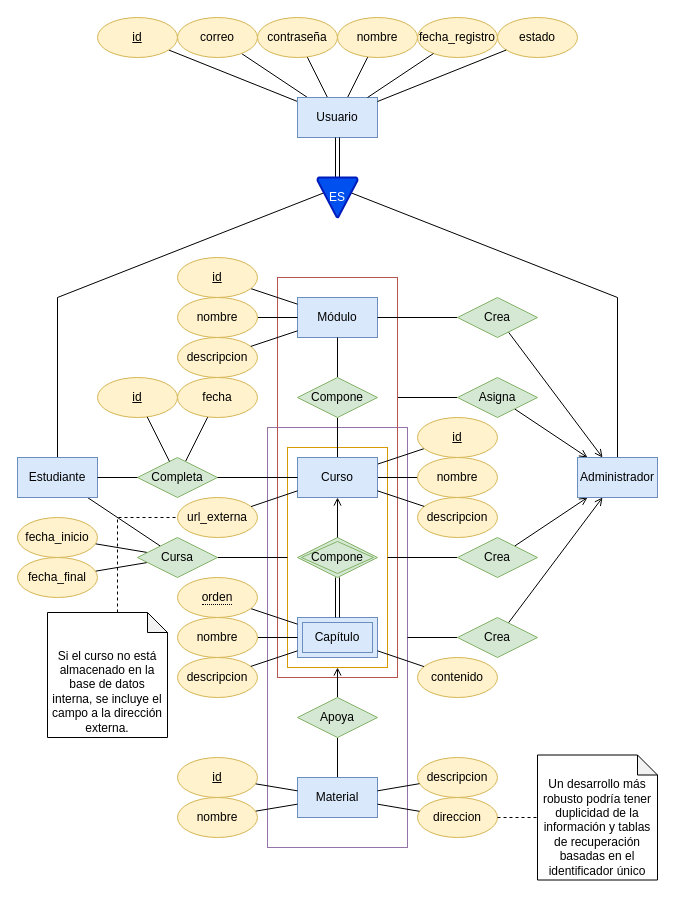
Earlier version of the draw.io diagram diseño/diagrama_er.drawio (MrPocketMonsters/bdb-portal-capacitaciones). Source tidied: cells renumbered, new cells numbered last; positions are measured from the earlier drawing's top-left corner, leaving out a move shared by most shapes. Both pictures are drawn from the tidied source at 100%, with x=0, y=0 at pixel (17, 17).
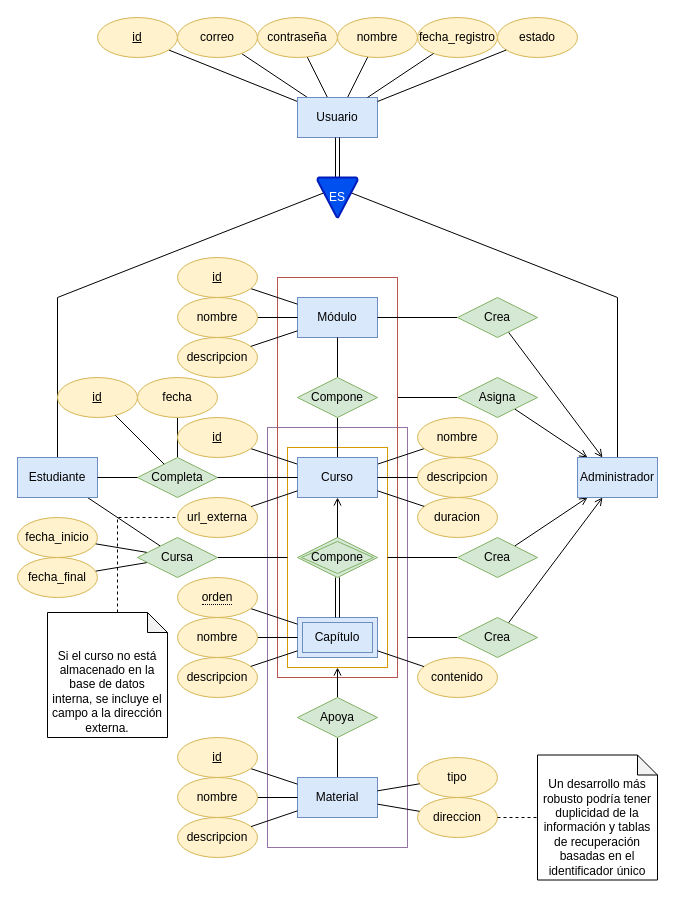
The same page after the edit.

Commit message (it also covers changes not shown here):
feat: add course duration to relational model

Unchanged cells that the change refers to:
```xml
<mxCell id="27" value="Material" style="whiteSpace=wrap;html=1;align=center;fillColor=#dae8fc;strokeColor=#6c8ebf;" parent="1" vertex="1">
  <mxGeometry x="280" y="760" width="80" height="40" as="geometry" />
</mxCell>
<mxCell id="60" value="Curso" style="whiteSpace=wrap;html=1;align=center;fillColor=#dae8fc;strokeColor=#6c8ebf;" parent="1" vertex="1">
  <mxGeometry x="280" y="440" width="80" height="40" as="geometry" />
</mxCell>
```

What changed in the source:
```diff
@@
     <mxCell id="50" value="nombre" style="ellipse;whiteSpace=wrap;html=1;align=center;fillColor=#fff2cc;strokeColor=#d6b656;" parent="1" vertex="1">
-      <mxGeometry x="400" y="440" width="80" height="40" as="geometry" />
+      <mxGeometry x="400" y="400" width="80" height="40" as="geometry" />
     </mxCell>
@@
     <mxCell id="56" value="nombre" style="ellipse;whiteSpace=wrap;html=1;align=center;fillColor=#fff2cc;strokeColor=#d6b656;" parent="1" vertex="1">
-      <mxGeometry x="160" y="780" width="80" height="40" as="geometry" />
+      <mxGeometry x="160" y="760" width="80" height="40" as="geometry" />
     </mxCell>
     <mxCell id="57" value="descripcion" style="ellipse;whiteSpace=wrap;html=1;align=center;fillColor=#fff2cc;strokeColor=#d6b656;" parent="1" vertex="1">
-      <mxGeometry x="400" y="740" width="80" height="40" as="geometry" />
+      <mxGeometry x="160" y="800" width="80" height="40" as="geometry" />
     </mxCell>
@@
     <mxCell id="69" value="descripcion" style="ellipse;whiteSpace=wrap;html=1;align=center;fillColor=#fff2cc;strokeColor=#d6b656;" parent="1" vertex="1">
-      <mxGeometry x="400" y="480" width="80" height="40" as="geometry" />
+      <mxGeometry x="400" y="440" width="80" height="40" as="geometry" />
     </mxCell>
@@
     <mxCell id="76" value="id" style="ellipse;whiteSpace=wrap;html=1;align=center;fontStyle=4;fillColor=#fff2cc;strokeColor=#d6b656;" parent="1" vertex="1">
-      <mxGeometry x="160" y="740" width="80" height="40" as="geometry" />
+      <mxGeometry x="160" y="720" width="80" height="40" as="geometry" />
     </mxCell>
@@
     <mxCell id="87" value="fecha" style="ellipse;whiteSpace=wrap;html=1;align=center;fillColor=#fff2cc;strokeColor=#d6b656;" parent="1" vertex="1">
-      <mxGeometry x="160" y="360" width="80" height="40" as="geometry" />
+      <mxGeometry x="120" y="360" width="80" height="40" as="geometry" />
     </mxCell>
     <mxCell id="88" value="id" style="ellipse;whiteSpace=wrap;html=1;align=center;fontStyle=4;fillColor=#fff2cc;strokeColor=#d6b656;" parent="1" vertex="1">
-      <mxGeometry x="400" y="400" width="80" height="40" as="geometry" />
+      <mxGeometry x="160" y="400" width="80" height="40" as="geometry" />
     </mxCell>
@@
     <mxCell id="90" value="id" style="ellipse;whiteSpace=wrap;html=1;align=center;fontStyle=4;fillColor=#fff2cc;strokeColor=#d6b656;" parent="1" vertex="1">
-      <mxGeometry x="80" y="360" width="80" height="40" as="geometry" />
+      <mxGeometry x="40" y="360" width="80" height="40" as="geometry" />
     </mxCell>
@@
+    <mxCell id="98" value="tipo" style="ellipse;whiteSpace=wrap;html=1;align=center;fillColor=#fff2cc;strokeColor=#d6b656;" parent="1" vertex="1">
+      <mxGeometry x="400" y="740" width="80" height="40" as="geometry" />
+    </mxCell>
+    <mxCell id="99" style="edgeStyle=none;rounded=0;jettySize=auto;html=1;endArrow=none;endFill=0;" parent="1" edge="1" source="27" target="98">
+      <mxGeometry relative="1" as="geometry" />
+    </mxCell>
+    <mxCell id="100" value="duracion" style="ellipse;whiteSpace=wrap;html=1;align=center;fillColor=#fff2cc;strokeColor=#d6b656;" parent="1" vertex="1">
+      <mxGeometry x="400" y="480" width="80" height="40" as="geometry" />
+    </mxCell>
+    <mxCell id="101" style="edgeStyle=none;rounded=0;jettySize=auto;html=1;endArrow=none;endFill=0;" parent="1" edge="1" source="60" target="100">
+      <mxGeometry relative="1" as="geometry" />
+    </mxCell>
```
